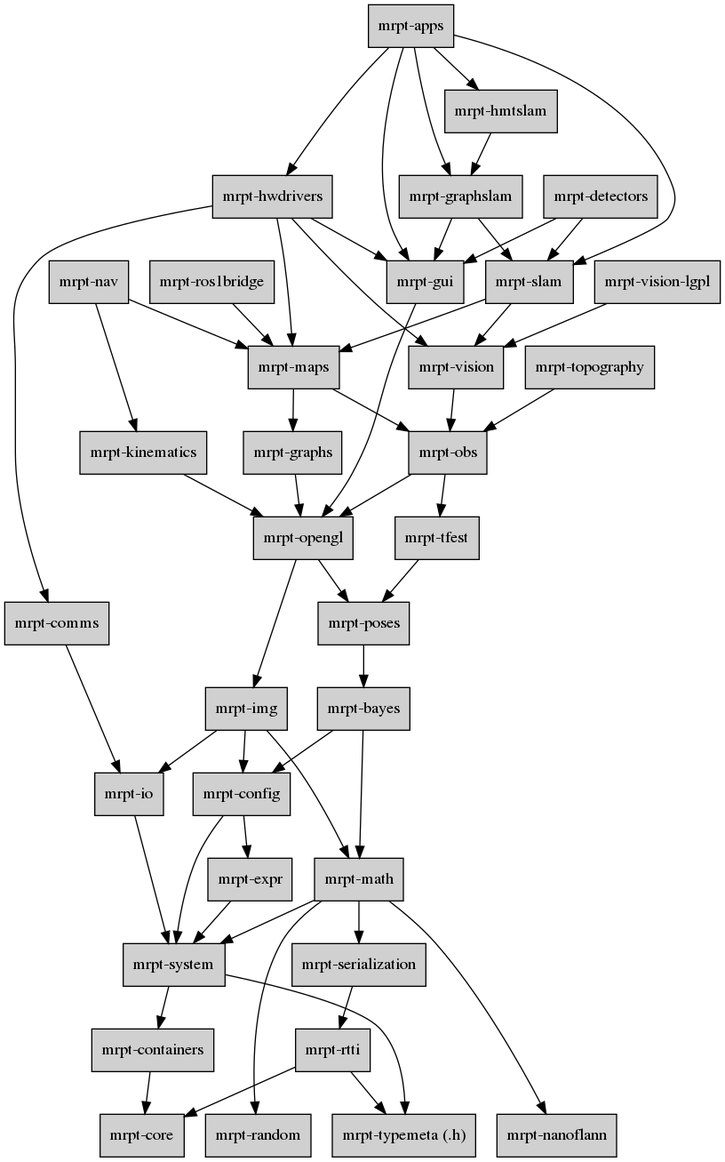
Before: doc/source/images/graph_mrpt_libs.png, a diagram exported from Graphviz (ros2-gbp/mrpt2-release). Its source is kept beside it as doc/source/images/graph_mrpt_libs.dot.
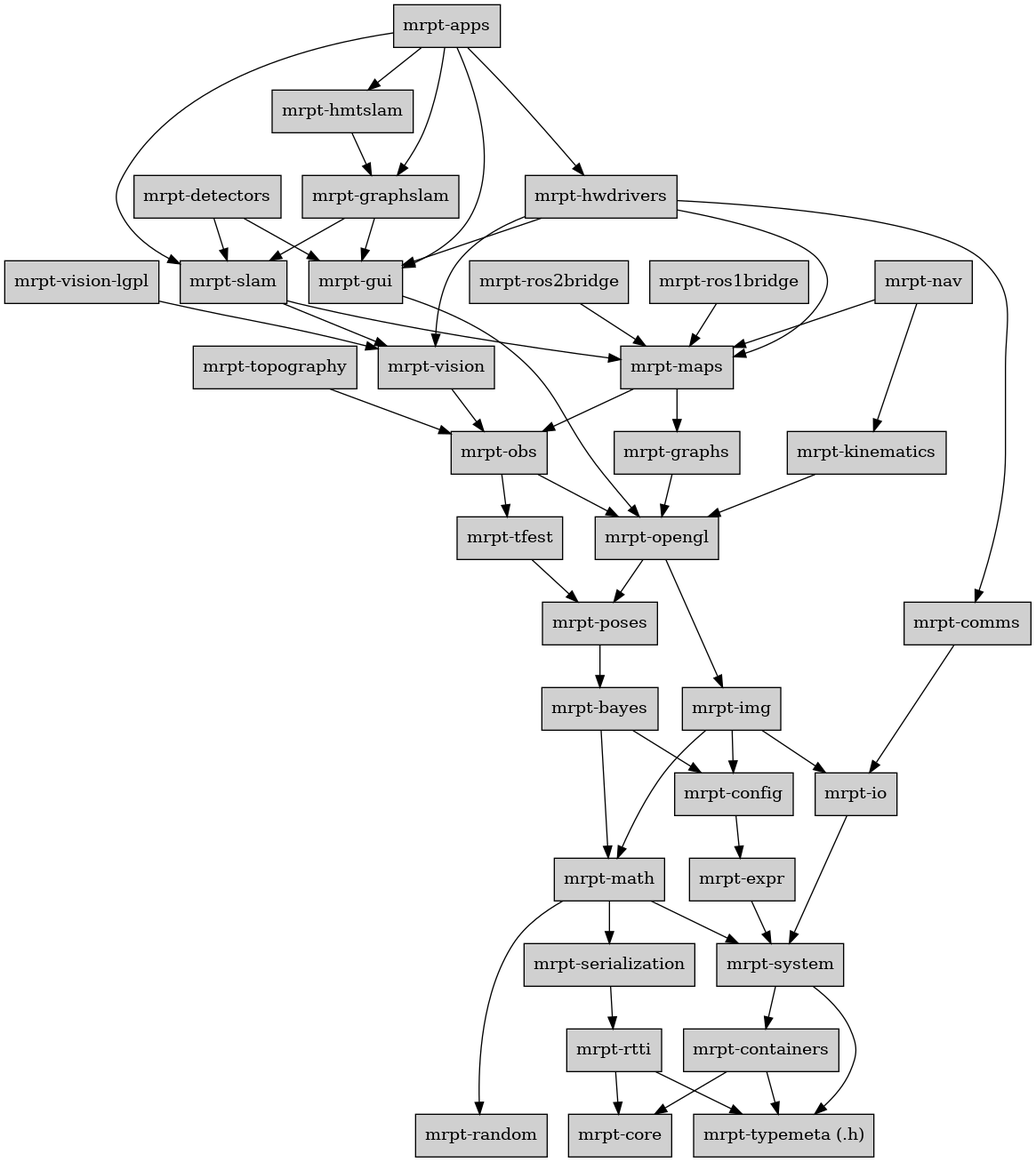
After the change.

Diff of the diagram source:
```diff
@@ -18,10 +18,10 @@
 
 	config   [label="mrpt-config",URL="group_mrpt_config_grp.html"];
 	config -> expr;
-	config -> system;
 
 	containers  [label="mrpt-containers",URL="group_mrpt_containers_grp.html"];
 	containers -> core;
+	containers -> typemeta;
 
 	{ rank = sink;
 	core       [label="mrpt-core",URL="group_mrpt_core_grp.html"];
@@ -72,11 +72,6 @@
 	math -> serialization;
 	math -> random;
 	math -> system;
-	math -> nanoflann;
-
-	{ rank = sink;
-	nanoflann  [label="mrpt-nanoflann",URL="group_nanoflann_grp.html"];
-	}
 
 	nav        [label="mrpt-nav",URL="group_mrpt_nav_grp.html"];
 	nav -> kinematics;
@@ -103,6 +98,9 @@
 
 	ros1bridge   [label="mrpt-ros1bridge", URL="group_mrpt_ros1bridge_grp.html"];
 	ros1bridge -> maps;
+
+	ros2bridge   [label="mrpt-ros2bridge", URL="group_mrpt_ros2bridge_grp.html"];
+	ros2bridge -> maps;
 
 	serialization [label="mrpt-serialization",URL="group_mrpt_serialization_grp.html"];
 	serialization -> rtti;
```
